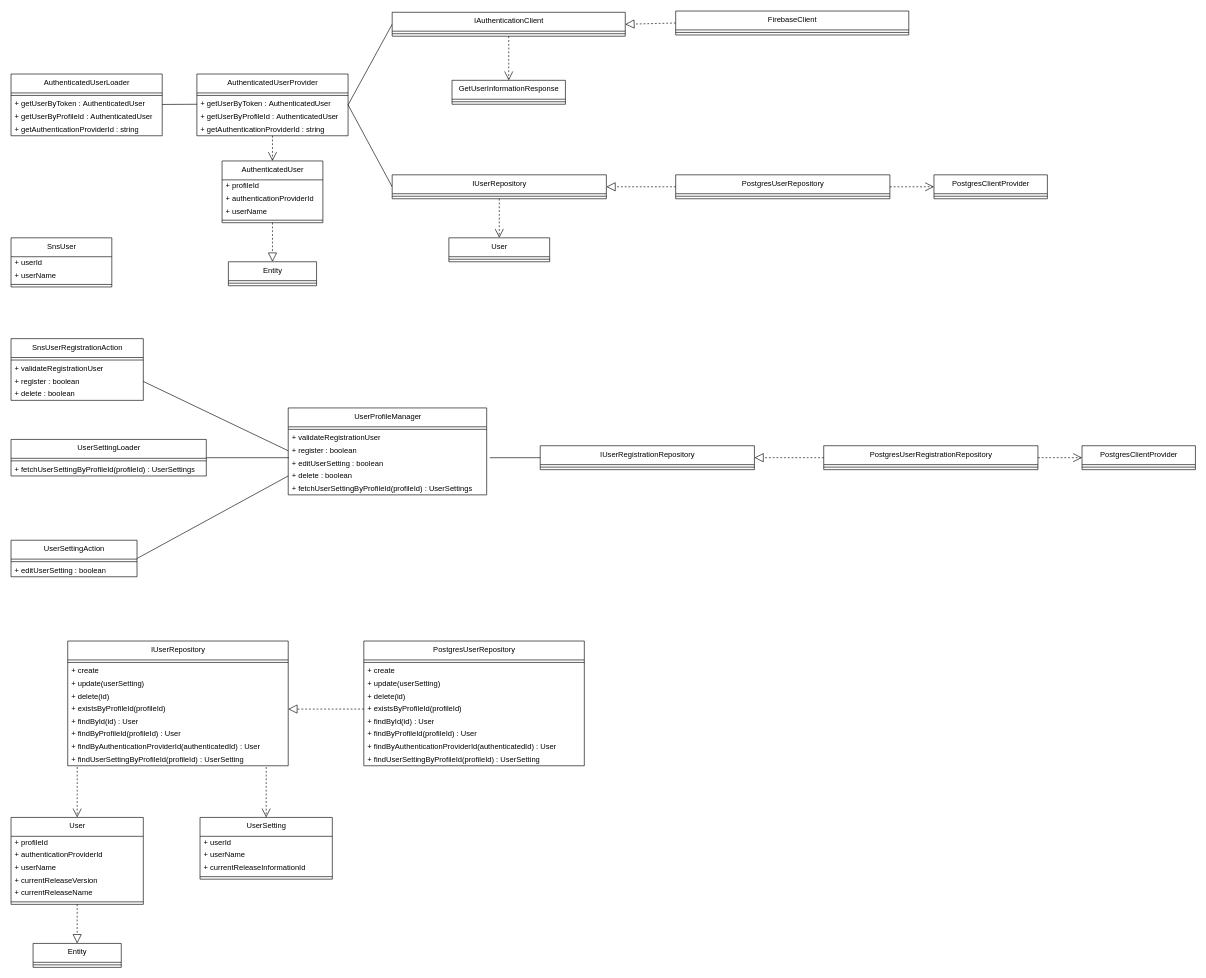
Mouwf/FF14SNS keeps this draw.io diagram as page "UserModule" (4 of 7) of project-designs/class-diagrams/ff14-sns.drawio. Above is the earlier version. Source tidied: cells renumbered, new cells numbered last; positions are measured from the earlier drawing's top-left corner, leaving out a move shared by most shapes. Both pictures are drawn from the tidied source at 63%, with x=0, y=0 at pixel (11, 11).
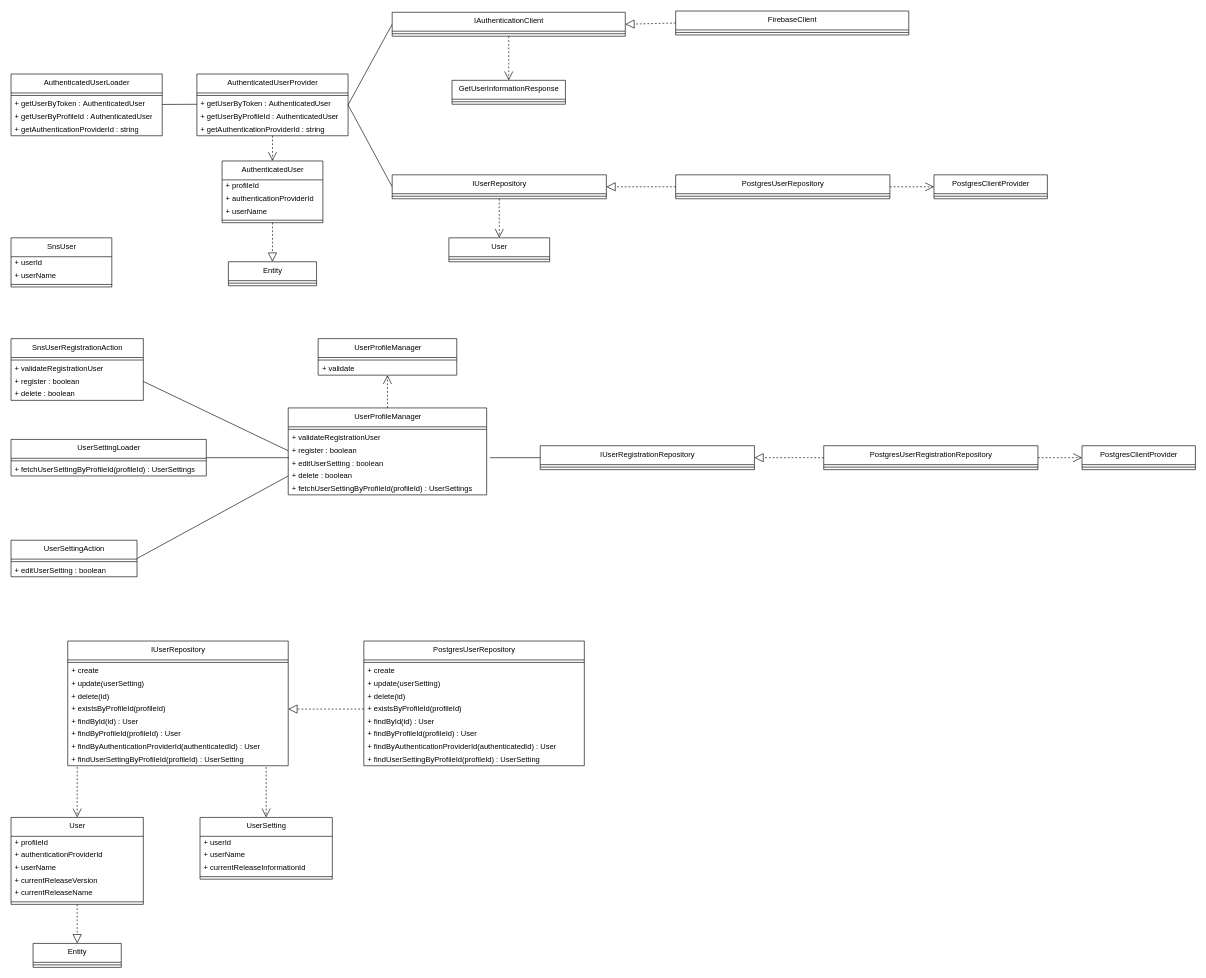
The same page after the edit.

Unchanged cells that the change refers to:
```xml
<mxCell id="80" value="UserProfileManager" style="swimlane;fontStyle=0;align=center;verticalAlign=top;horizontal=1;startSize=30;html=1;" parent="1" vertex="1">
  <mxGeometry x="440" y="630" width="315" height="138" as="geometry" />
</mxCell>
```

Diff of the diagram source:
```diff
@@
+    <mxCell id="115" style="edgeStyle=none;html=1;exitX=0.5;exitY=0;exitDx=0;exitDy=0;endArrow=open;endFill=0;endSize=12;dashed=1;" parent="1" edge="1" source="80" target="118">
+      <mxGeometry relative="1" as="geometry" />
+    </mxCell>
@@
+    <mxCell id="116" value="UserProfileManager" style="swimlane;fontStyle=0;align=center;verticalAlign=top;horizontal=1;startSize=30;html=1;" parent="1" vertex="1">
+      <mxGeometry x="487.5" y="520" width="220" height="58" as="geometry" />
+    </mxCell>
+    <mxCell id="117" style="line;strokeWidth=1;fillColor=none;align=left;verticalAlign=middle;spacingTop=-1;spacingLeft=3;spacingRight=3;labelPosition=right;" parent="116" vertex="1">
+      <mxGeometry y="30" width="220" height="8" as="geometry" />
+    </mxCell>
+    <mxCell id="118" value="+&amp;nbsp;validate" style="text;html=1;strokeColor=none;fillColor=none;align=left;verticalAlign=middle;spacingLeft=4;spacingRight=4;overflow=hidden;points=[[0,0.5],[1,0.5]];portConstraint=eastwest;" parent="116" vertex="1">
+      <mxGeometry y="38" width="220" height="20" as="geometry" />
+    </mxCell>
```
